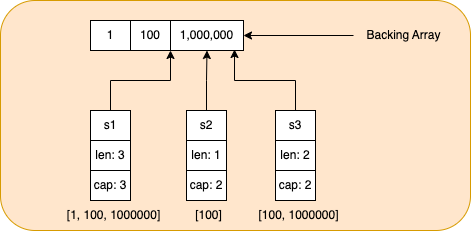
This is slices/images/slice-append-2.png from songx23/golang-present, a draw.io export, as it was before one commit. Source tidied: cells renumbered, new cells last; positions are measured from the earlier drawing's top-left corner, leaving out a move shared by most shapes. Its diagram source:
```xml
<mxGraphModel>
  <root>
    <mxCell id="0" />
    <mxCell id="1" parent="0" />
    <mxCell id="2" style="rounded=1;whiteSpace=wrap;html=1;fillColor=#ffe6cc;strokeColor=#d79b00;" parent="1" vertex="1">
      <mxGeometry width="470" height="230" as="geometry" />
    </mxCell>
    <mxCell id="3" value="1" style="rounded=0;whiteSpace=wrap;html=1;" parent="1" vertex="1">
      <mxGeometry x="90" y="20" width="40" height="30" as="geometry" />
    </mxCell>
    <mxCell id="4" value="100" style="rounded=0;whiteSpace=wrap;html=1;" parent="1" vertex="1">
      <mxGeometry x="130" y="20" width="40" height="30" as="geometry" />
    </mxCell>
    <mxCell id="5" value="1,000,000" style="rounded=0;whiteSpace=wrap;html=1;" parent="1" vertex="1">
      <mxGeometry x="170" y="20" width="73" height="30" as="geometry" />
    </mxCell>
    <mxCell id="6" style="edgeStyle=orthogonalEdgeStyle;rounded=0;jettySize=auto;html=1;entryX=1;entryY=0.5;entryDx=0;entryDy=0;" parent="1" edge="1" source="7" target="5">
      <mxGeometry relative="1" as="geometry" />
    </mxCell>
    <mxCell id="7" value="Backing Array" style="text;html=1;align=center;verticalAlign=middle;points=[];strokeColor=none;fillColor=none;" parent="1" vertex="1">
      <mxGeometry x="353" y="20" width="100" height="30" as="geometry" />
    </mxCell>
    <mxCell id="8" style="edgeStyle=orthogonalEdgeStyle;rounded=0;jettySize=auto;html=1;entryX=1;entryY=1;entryDx=0;entryDy=0;" parent="1" edge="1" source="9" target="4">
      <mxGeometry relative="1" as="geometry" />
    </mxCell>
    <mxCell id="9" value="s1" style="rounded=0;whiteSpace=wrap;html=1;" parent="1" vertex="1">
      <mxGeometry x="90" y="110" width="40" height="30" as="geometry" />
    </mxCell>
    <mxCell id="10" value="len: 3" style="rounded=0;whiteSpace=wrap;html=1;" parent="1" vertex="1">
      <mxGeometry x="90" y="140" width="40" height="30" as="geometry" />
    </mxCell>
    <mxCell id="11" value="cap: 3" style="rounded=0;whiteSpace=wrap;html=1;" parent="1" vertex="1">
      <mxGeometry x="90" y="170" width="40" height="30" as="geometry" />
    </mxCell>
    <mxCell id="12" style="edgeStyle=orthogonalEdgeStyle;rounded=0;jettySize=auto;html=1;exitX=0.5;exitY=0;exitDx=0;exitDy=0;entryX=0.5;entryY=1;entryDx=0;entryDy=0;" parent="1" edge="1" source="13" target="5">
      <mxGeometry relative="1" as="geometry" />
    </mxCell>
    <mxCell id="13" value="s2" style="rounded=0;whiteSpace=wrap;html=1;" parent="1" vertex="1">
      <mxGeometry x="186" y="110" width="40" height="30" as="geometry" />
    </mxCell>
    <mxCell id="14" value="len: 1" style="rounded=0;whiteSpace=wrap;html=1;" parent="1" vertex="1">
      <mxGeometry x="186" y="140" width="40" height="30" as="geometry" />
    </mxCell>
    <mxCell id="15" value="cap: 2" style="rounded=0;whiteSpace=wrap;html=1;" parent="1" vertex="1">
      <mxGeometry x="186" y="170" width="40" height="30" as="geometry" />
    </mxCell>
    <mxCell id="16" style="edgeStyle=orthogonalEdgeStyle;rounded=0;jettySize=auto;html=1;exitX=0.5;exitY=0;exitDx=0;exitDy=0;entryX=0.877;entryY=0.967;entryDx=0;entryDy=0;entryPerimeter=0;" parent="1" edge="1" source="17" target="5">
      <mxGeometry relative="1" as="geometry" />
    </mxCell>
    <mxCell id="17" value="s3" style="rounded=0;whiteSpace=wrap;html=1;" parent="1" vertex="1">
      <mxGeometry x="275" y="110" width="40" height="30" as="geometry" />
    </mxCell>
    <mxCell id="18" value="len: 2" style="rounded=0;whiteSpace=wrap;html=1;" parent="1" vertex="1">
      <mxGeometry x="275" y="140" width="40" height="30" as="geometry" />
    </mxCell>
    <mxCell id="19" value="cap: 2" style="rounded=0;whiteSpace=wrap;html=1;" parent="1" vertex="1">
      <mxGeometry x="275" y="170" width="40" height="30" as="geometry" />
    </mxCell>
    <mxCell id="20" value="[1, 100, 1000000]" style="text;html=1;align=center;verticalAlign=middle;strokeColor=none;fillColor=none;" parent="1" vertex="1">
      <mxGeometry x="53" y="200" width="120" height="30" as="geometry" />
    </mxCell>
    <mxCell id="21" value="[100]" style="text;html=1;align=center;verticalAlign=middle;strokeColor=none;fillColor=none;" parent="1" vertex="1">
      <mxGeometry x="183" y="200" width="50" height="30" as="geometry" />
    </mxCell>
    <mxCell id="22" value="[100, 1000000]" style="text;html=1;align=center;verticalAlign=middle;strokeColor=none;fillColor=none;" parent="1" vertex="1">
      <mxGeometry x="248" y="200" width="100" height="30" as="geometry" />
    </mxCell>
  </root>
</mxGraphModel>
```
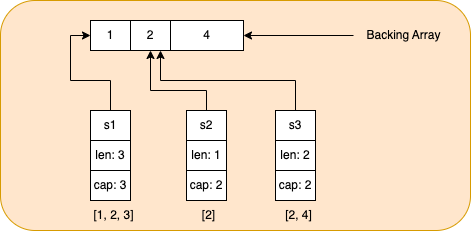
The same diagram one commit later.

Diff of the diagram source:
```diff
@@ -8,10 +8,10 @@
     <mxCell id="3" value="1" style="rounded=0;whiteSpace=wrap;html=1;" parent="1" vertex="1">
       <mxGeometry x="90" y="20" width="40" height="30" as="geometry" />
     </mxCell>
-    <mxCell id="4" value="100" style="rounded=0;whiteSpace=wrap;html=1;" parent="1" vertex="1">
+    <mxCell id="4" value="2" style="rounded=0;whiteSpace=wrap;html=1;" parent="1" vertex="1">
       <mxGeometry x="130" y="20" width="40" height="30" as="geometry" />
     </mxCell>
-    <mxCell id="5" value="1,000,000" style="rounded=0;whiteSpace=wrap;html=1;" parent="1" vertex="1">
+    <mxCell id="5" value="4" style="rounded=0;whiteSpace=wrap;html=1;" parent="1" vertex="1">
       <mxGeometry x="170" y="20" width="73" height="30" as="geometry" />
     </mxCell>
     <mxCell id="6" style="edgeStyle=orthogonalEdgeStyle;rounded=0;jettySize=auto;html=1;entryX=1;entryY=0.5;entryDx=0;entryDy=0;" parent="1" edge="1" source="7" target="5">
@@ -20,7 +20,7 @@
     <mxCell id="7" value="Backing Array" style="text;html=1;align=center;verticalAlign=middle;points=[];strokeColor=none;fillColor=none;" parent="1" vertex="1">
       <mxGeometry x="353" y="20" width="100" height="30" as="geometry" />
     </mxCell>
-    <mxCell id="8" style="edgeStyle=orthogonalEdgeStyle;rounded=0;jettySize=auto;html=1;entryX=1;entryY=1;entryDx=0;entryDy=0;" parent="1" edge="1" source="9" target="4">
+    <mxCell id="8" style="edgeStyle=orthogonalEdgeStyle;rounded=0;jettySize=auto;html=1;exitX=0.5;exitY=0;exitDx=0;exitDy=0;entryX=0;entryY=0.5;entryDx=0;entryDy=0;" parent="1" edge="1" source="9" target="3">
       <mxGeometry relative="1" as="geometry" />
     </mxCell>
     <mxCell id="9" value="s1" style="rounded=0;whiteSpace=wrap;html=1;" parent="1" vertex="1">
@@ -32,8 +32,13 @@
     <mxCell id="11" value="cap: 3" style="rounded=0;whiteSpace=wrap;html=1;" parent="1" vertex="1">
       <mxGeometry x="90" y="170" width="40" height="30" as="geometry" />
     </mxCell>
-    <mxCell id="12" style="edgeStyle=orthogonalEdgeStyle;rounded=0;jettySize=auto;html=1;exitX=0.5;exitY=0;exitDx=0;exitDy=0;entryX=0.5;entryY=1;entryDx=0;entryDy=0;" parent="1" edge="1" source="13" target="5">
-      <mxGeometry relative="1" as="geometry" />
+    <mxCell id="12" style="edgeStyle=orthogonalEdgeStyle;rounded=0;jettySize=auto;html=1;exitX=0.5;exitY=0;exitDx=0;exitDy=0;entryX=0.5;entryY=1;entryDx=0;entryDy=0;" parent="1" edge="1" source="13" target="4">
+      <mxGeometry relative="1" as="geometry">
+        <Array as="points">
+          <mxPoint x="206" y="90" />
+          <mxPoint x="150" y="90" />
+        </Array>
+      </mxGeometry>
     </mxCell>
     <mxCell id="13" value="s2" style="rounded=0;whiteSpace=wrap;html=1;" parent="1" vertex="1">
       <mxGeometry x="186" y="110" width="40" height="30" as="geometry" />
@@ -44,7 +49,7 @@
     <mxCell id="15" value="cap: 2" style="rounded=0;whiteSpace=wrap;html=1;" parent="1" vertex="1">
       <mxGeometry x="186" y="170" width="40" height="30" as="geometry" />
     </mxCell>
-    <mxCell id="16" style="edgeStyle=orthogonalEdgeStyle;rounded=0;jettySize=auto;html=1;exitX=0.5;exitY=0;exitDx=0;exitDy=0;entryX=0.877;entryY=0.967;entryDx=0;entryDy=0;entryPerimeter=0;" parent="1" edge="1" source="17" target="5">
+    <mxCell id="16" style="edgeStyle=orthogonalEdgeStyle;rounded=0;jettySize=auto;html=1;exitX=0.5;exitY=0;exitDx=0;exitDy=0;entryX=0.75;entryY=1;entryDx=0;entryDy=0;" parent="1" edge="1" source="17" target="4">
       <mxGeometry relative="1" as="geometry" />
     </mxCell>
     <mxCell id="17" value="s3" style="rounded=0;whiteSpace=wrap;html=1;" parent="1" vertex="1">
@@ -56,14 +61,14 @@
     <mxCell id="19" value="cap: 2" style="rounded=0;whiteSpace=wrap;html=1;" parent="1" vertex="1">
       <mxGeometry x="275" y="170" width="40" height="30" as="geometry" />
     </mxCell>
-    <mxCell id="20" value="[1, 100, 1000000]" style="text;html=1;align=center;verticalAlign=middle;strokeColor=none;fillColor=none;" parent="1" vertex="1">
-      <mxGeometry x="53" y="200" width="120" height="30" as="geometry" />
+    <mxCell id="20" value="[1, 2, 3]" style="text;html=1;align=center;verticalAlign=middle;strokeColor=none;fillColor=none;" parent="1" vertex="1">
+      <mxGeometry x="83" y="200" width="60" height="30" as="geometry" />
     </mxCell>
-    <mxCell id="21" value="[100]" style="text;html=1;align=center;verticalAlign=middle;strokeColor=none;fillColor=none;" parent="1" vertex="1">
-      <mxGeometry x="183" y="200" width="50" height="30" as="geometry" />
+    <mxCell id="21" value="[2]" style="text;html=1;align=center;verticalAlign=middle;strokeColor=none;fillColor=none;" parent="1" vertex="1">
+      <mxGeometry x="188" y="200" width="40" height="30" as="geometry" />
     </mxCell>
-    <mxCell id="22" value="[100, 1000000]" style="text;html=1;align=center;verticalAlign=middle;strokeColor=none;fillColor=none;" parent="1" vertex="1">
-      <mxGeometry x="248" y="200" width="100" height="30" as="geometry" />
+    <mxCell id="22" value="[2, 4]" style="text;html=1;align=center;verticalAlign=middle;strokeColor=none;fillColor=none;" parent="1" vertex="1">
+      <mxGeometry x="273" y="200" width="50" height="30" as="geometry" />
     </mxCell>
   </root>
 </mxGraphModel>
```
